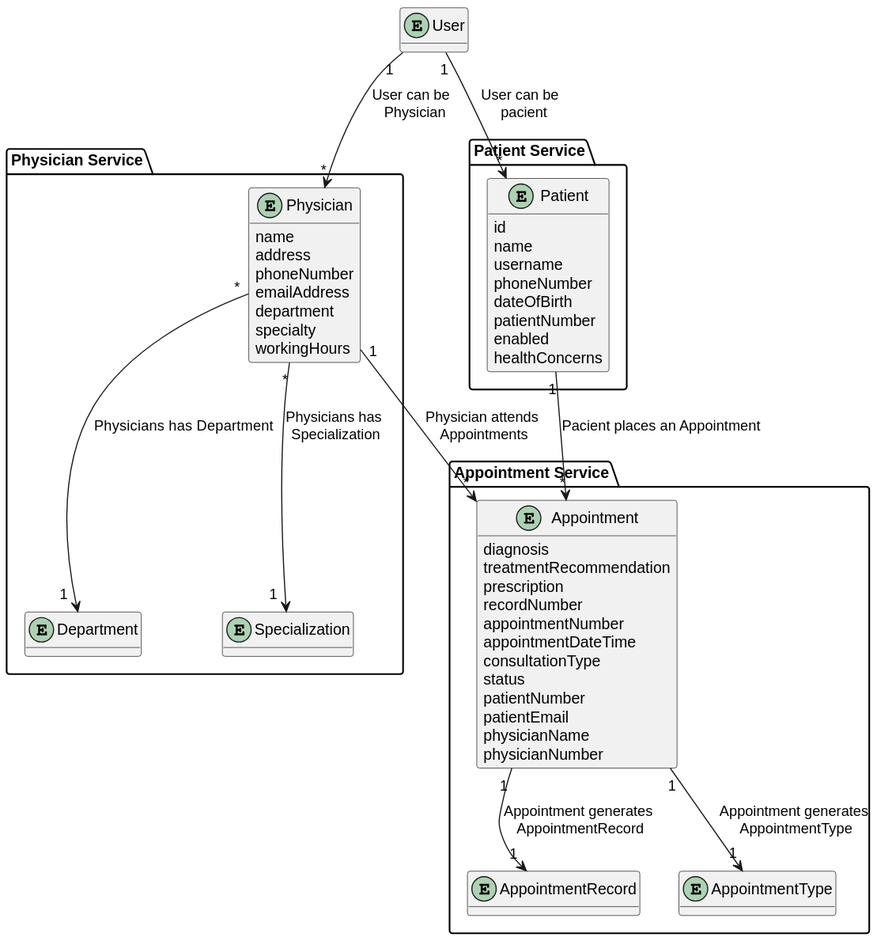
vitorbarbosa1221412/SIDIS-3DB-G02 keeps this PlantUML diagram as docs/Glogal_Artifacts/svg/DM.svg. Above is the earlier version.
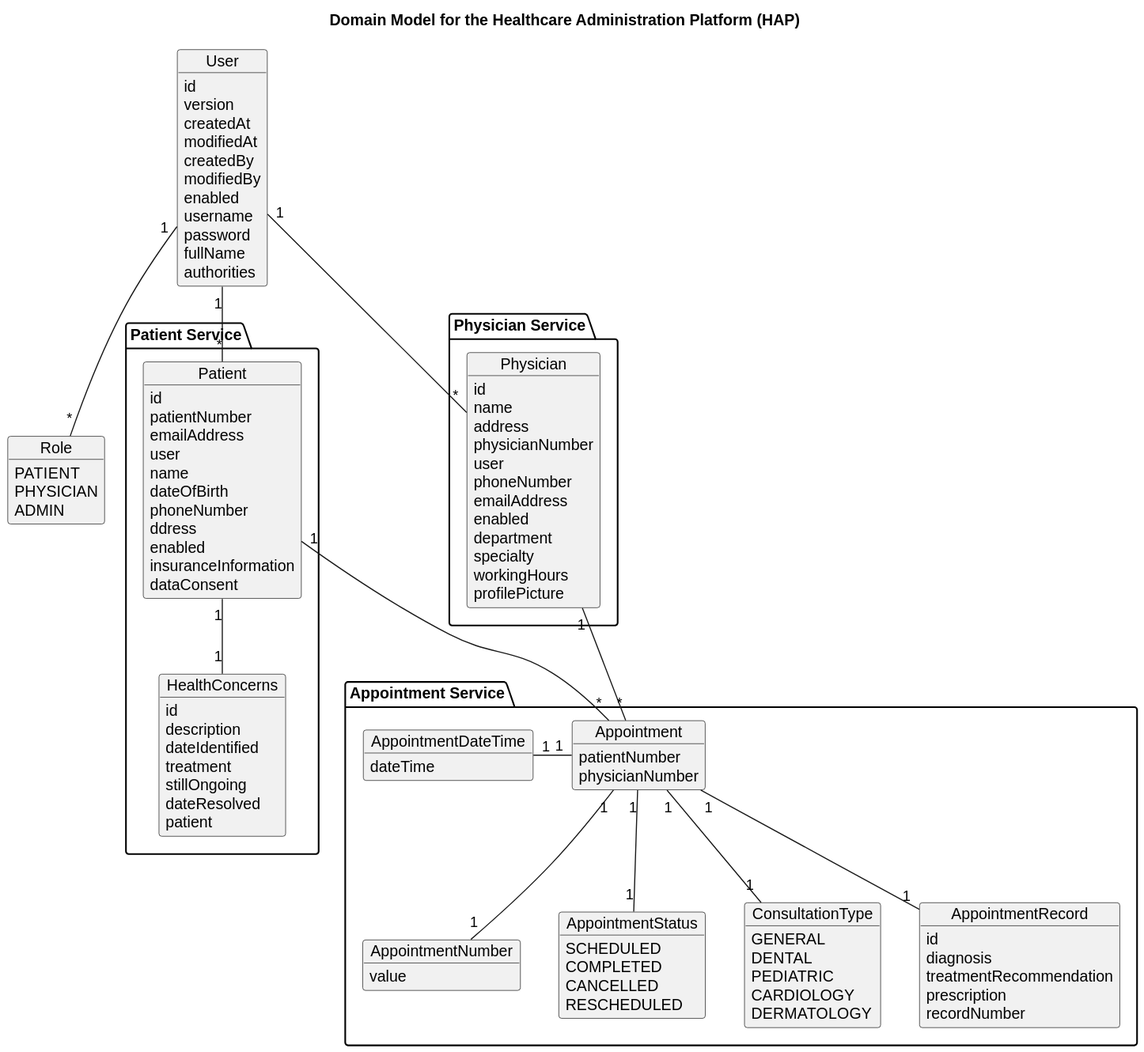
Later version of the same file.

The edit, as a diff of the source:
```diff
@@ -1,68 +1,115 @@
 @startuml
 hide methods
+title Domain Model for the Healthcare Administration Platform (HAP)
 
 package "Patient Service"{
-    entity Patient {
+    object Patient {
         id
+        patientNumber
+        emailAddress
+        user
         name
-        username
+        dateOfBirth
         phoneNumber
-        dateOfBirth
-        patientNumber
+        ddress
         enabled
-        healthConcerns
+        insuranceInformation
+        dataConsent
+    }
+    object HealthConcerns {
+        id
+        description
+        dateIdentified
+        treatment
+        stillOngoing
+        dateResolved
+        patient
     }
 }
 
 package "Physician Service"{
-    entity Physician {
+    object Physician {
+        id
         name
         address
+        physicianNumber
+        user
         phoneNumber
         emailAddress
+        enabled
         department
         specialty
         workingHours
-    }
-    entity Department {
-    }
-
-    entity Specialization {
+        profilePicture
     }
 }
 
-package "Appointment Service"{
-    entity Appointment {
+package "Appointment Service" {
+    object Appointment {
+        patientNumber
+        physicianNumber
+    }
+    object AppointmentDateTime {
+        dateTime
+    }
+    object AppointmentNumber {
+        value
+    }
+    object AppointmentStatus {
+        SCHEDULED
+        COMPLETED
+        CANCELLED
+        RESCHEDULED
+    }
+    object ConsultationType {
+        GENERAL
+        DENTAL
+        PEDIATRIC
+        CARDIOLOGY
+        DERMATOLOGY
+    }
+
+    object AppointmentRecord {
+        id
         diagnosis
         treatmentRecommendation
         prescription
         recordNumber
-        appointmentNumber
-        appointmentDateTime
-        consultationType
-        status
-        patientNumber
-        patientEmail
-        physicianName
-        physicianNumber
-    }
-
-    entity AppointmentRecord {
-    }
-
-    entity AppointmentType {
     }
 }
 
-entity User {
+object User {
+	id
+	version
+	createdAt
+	modifiedAt
+	createdBy
+	modifiedBy
+	enabled
+	username
+	password
+	fullName
+	authorities
 }
 
-User "1" --> "*"  Patient : "User can be \n pacient"
-User "1" --> "*"  Physician : "User can be \n Physician"
-Patient "1" --> "*" Appointment : Pacient places an Appointment
-Physician "1" --> "*" Appointment : Physician attends\n Appointments
-Appointment "1" --> "1" AppointmentRecord : "Appointment generates\n AppointmentRecord"
-Physician "*" --> "             1" Department : "Physicians has  Department"
-Physician "*" --> "             1" Specialization : "Physicians has\n Specialization"
-Appointment "1" --> "1" AppointmentType : "Appointment generates\n AppointmentType"
+object Role {
+	PATIENT
+	PHYSICIAN
+	ADMIN
+}
+
+Appointment "1"-L-"1" AppointmentDateTime
+Appointment "1"--"1" AppointmentNumber
+Appointment "1"--"1" AppointmentStatus
+Appointment "1"--"1" ConsultationType
+Appointment "1"--"1" AppointmentRecord
+
+Patient "1"--"1" HealthConcerns
+
+User "1"--"*" Role
+User "1"-D-"*" Patient
+User "1"-D-"*" Physician
+
+Appointment "*"-U-"1" Physician
+Appointment "*"-U-"1" Patient
 @enduml
```
